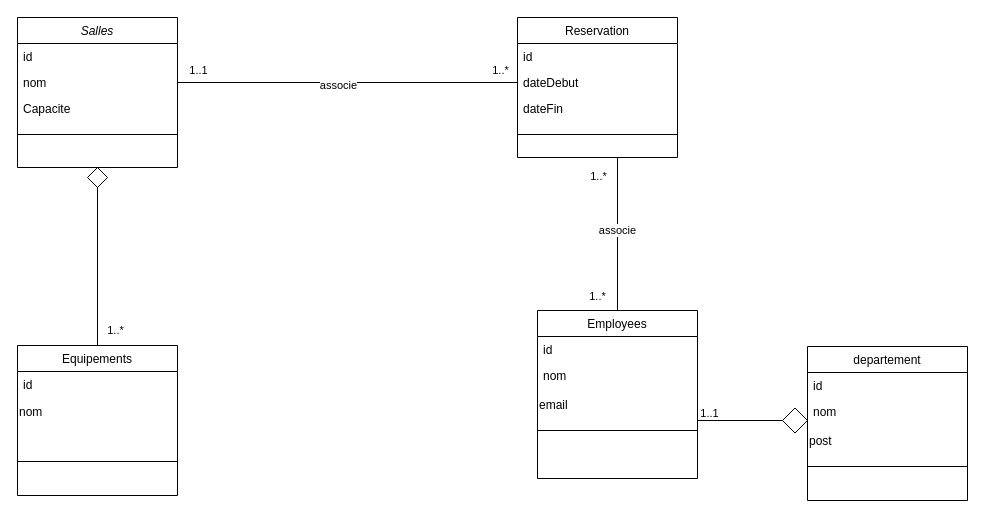
Above: Diagramme sans nom.drawio in Sanalouafi/bookify (draw.io), before the change. Source tidied: cells renumbered, new cells numbered last; positions are measured from the earlier drawing's top-left corner, leaving out a move shared by most shapes. Both pictures are drawn from the tidied source at 100%, with x=0, y=0 at pixel (17, 17).
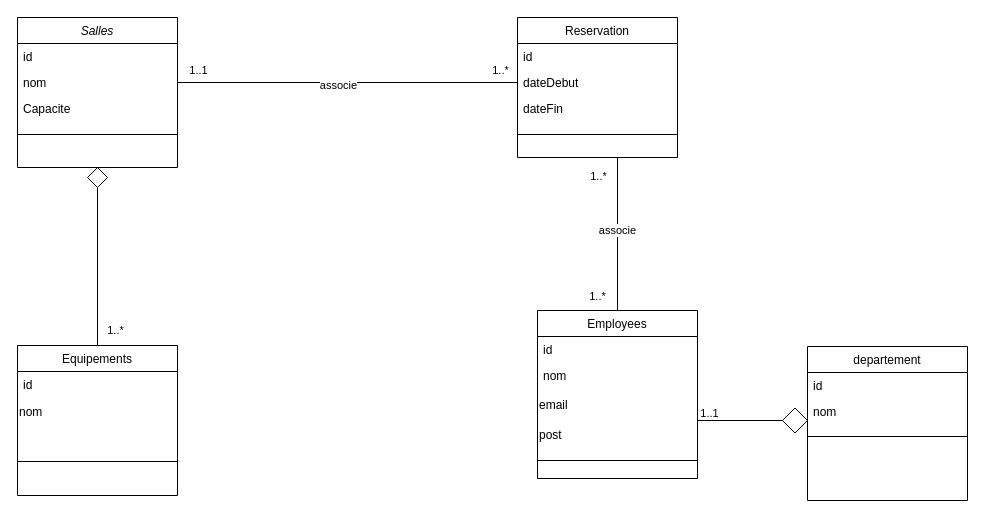
Above is the later version.

Commit message:
l'ajout de la classe departement

The change refers to these unchanged cells:
```xml
<mxCell id="7" value="Employees&#10;" style="swimlane;fontStyle=0;align=center;verticalAlign=top;horizontal=1;startSize=26;rounded=0;shadow=0;strokeWidth=1;" parent="1" vertex="1">
  <mxGeometry x="520" y="293" width="160" height="168" as="geometry" />
</mxCell>
<mxCell id="32" value="departement&#10;" style="swimlane;fontStyle=0;align=center;verticalAlign=top;horizontal=1;startSize=26;rounded=0;shadow=0;strokeWidth=1;fillColor=#FFFFFF;" parent="1" vertex="1">
  <mxGeometry x="790" y="329" width="160" height="154" as="geometry" />
</mxCell>
```

Change to the diagram source:
```diff
@@
+    <mxCell id="35" value="post" style="text;strokeColor=none;align=left;fillColor=none;html=1;verticalAlign=middle;whiteSpace=wrap;rounded=0;" parent="7" vertex="1">
+      <mxGeometry y="110" width="160" height="30" as="geometry" />
+    </mxCell>
     <mxCell id="11" style="line;html=1;strokeWidth=1;align=left;verticalAlign=middle;spacingTop=-1;spacingLeft=3;spacingRight=3;labelPosition=right;" parent="7" vertex="1">
-      <mxGeometry y="110" width="160" height="20" as="geometry" />
+      <mxGeometry y="140" width="160" height="20" as="geometry" />
     </mxCell>
@@
-    <mxCell id="35" value="post" style="text;strokeColor=none;align=left;fillColor=none;html=1;verticalAlign=middle;whiteSpace=wrap;rounded=0;" parent="32" vertex="1">
-      <mxGeometry y="80" width="160" height="30" as="geometry" />
-    </mxCell>
     <mxCell id="36" style="line;html=1;strokeWidth=1;align=left;verticalAlign=middle;spacingTop=-1;spacingLeft=3;spacingRight=3;labelPosition=right;" parent="32" vertex="1">
-      <mxGeometry y="110" width="160" height="20" as="geometry" />
+      <mxGeometry y="80" width="160" height="20" as="geometry" />
     </mxCell>
```
